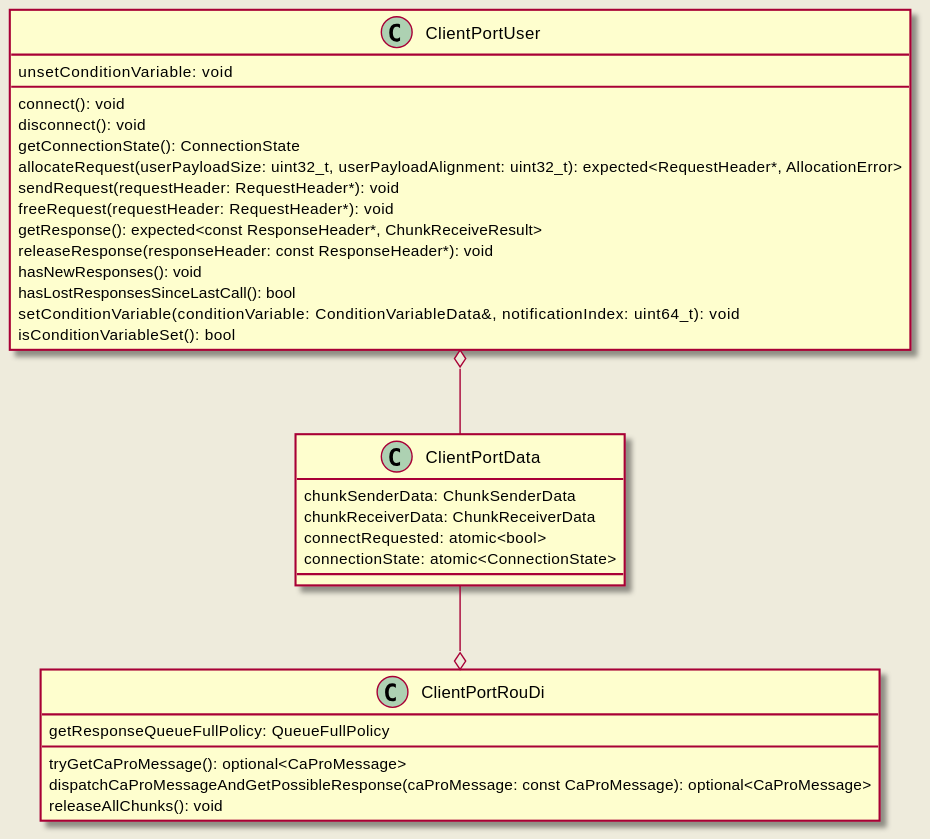
The PlantUML diagram doc/design/diagrams/request_response/client_port.svg in eclipse-iceoryx/iceoryx, before a commit. Its source is kept beside it as doc/design/diagrams/request_response/client_port.puml. Its diagram source:
```plantuml
@startuml

class ClientPortData {
  chunkSenderData: ChunkSenderData
  chunkReceiverData: ChunkReceiverData
  connectRequested: atomic<bool>
  connectionState: atomic<ConnectionState>
}

class ClientPortUser {
  connect(): void
  disconnect(): void
  getConnectionState(): ConnectionState
  allocateRequest(userPayloadSize: uint32_t, userPayloadAlignment: uint32_t): expected<RequestHeader*, AllocationError>
  sendRequest(requestHeader: RequestHeader*): void
  freeRequest(requestHeader: RequestHeader*): void
  getResponse(): expected<const ResponseHeader*, ChunkReceiveResult>
  releaseResponse(responseHeader: const ResponseHeader*): void
  hasNewResponses(): void
  hasLostResponsesSinceLastCall(): bool
  setConditionVariable(conditionVariable: ConditionVariableData&, notificationIndex: uint64_t): void
  unsetConditionVariable: void
  isConditionVariableSet(): bool
}

class ClientPortRouDi {
  getResponseQueueFullPolicy: QueueFullPolicy
  tryGetCaProMessage(): optional<CaProMessage>
  dispatchCaProMessageAndGetPossibleResponse(caProMessage: const CaProMessage): optional<CaProMessage>
  releaseAllChunks(): void
}

ClientPortUser o-- ClientPortData
ClientPortData --o ClientPortRouDi

@enduml
```
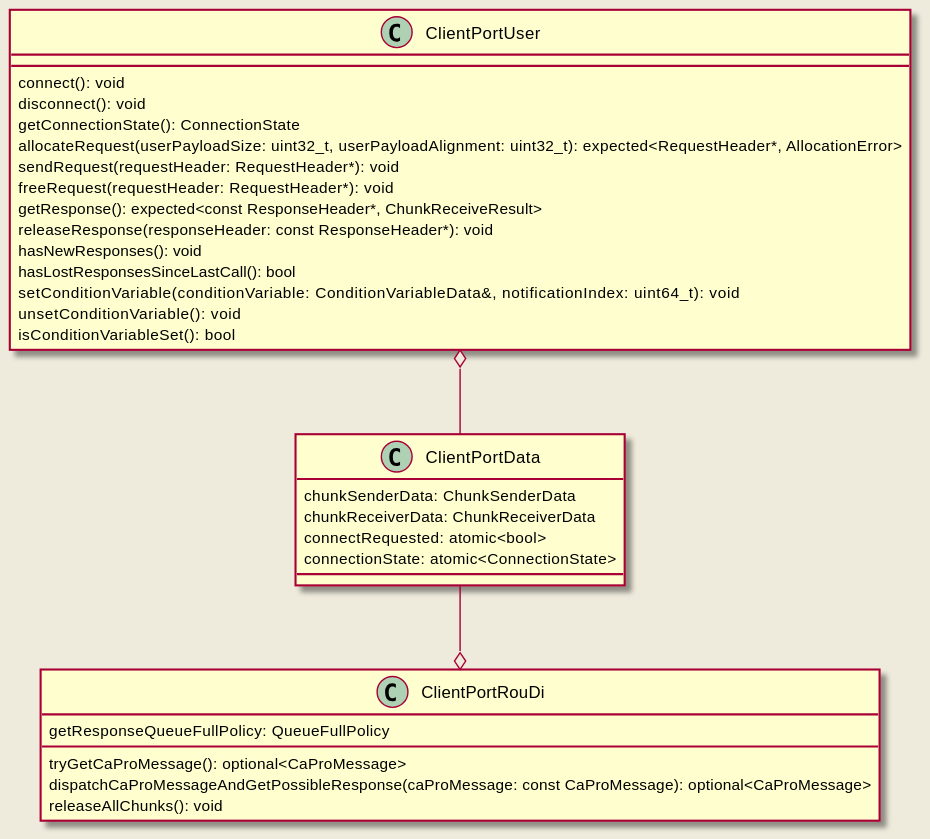
Later version of the same file.

What changed in the source:
```diff
@@ -19,7 +19,7 @@
   hasNewResponses(): void
   hasLostResponsesSinceLastCall(): bool
   setConditionVariable(conditionVariable: ConditionVariableData&, notificationIndex: uint64_t): void
-  unsetConditionVariable: void
+  unsetConditionVariable(): void
   isConditionVariableSet(): bool
 }
 
```
